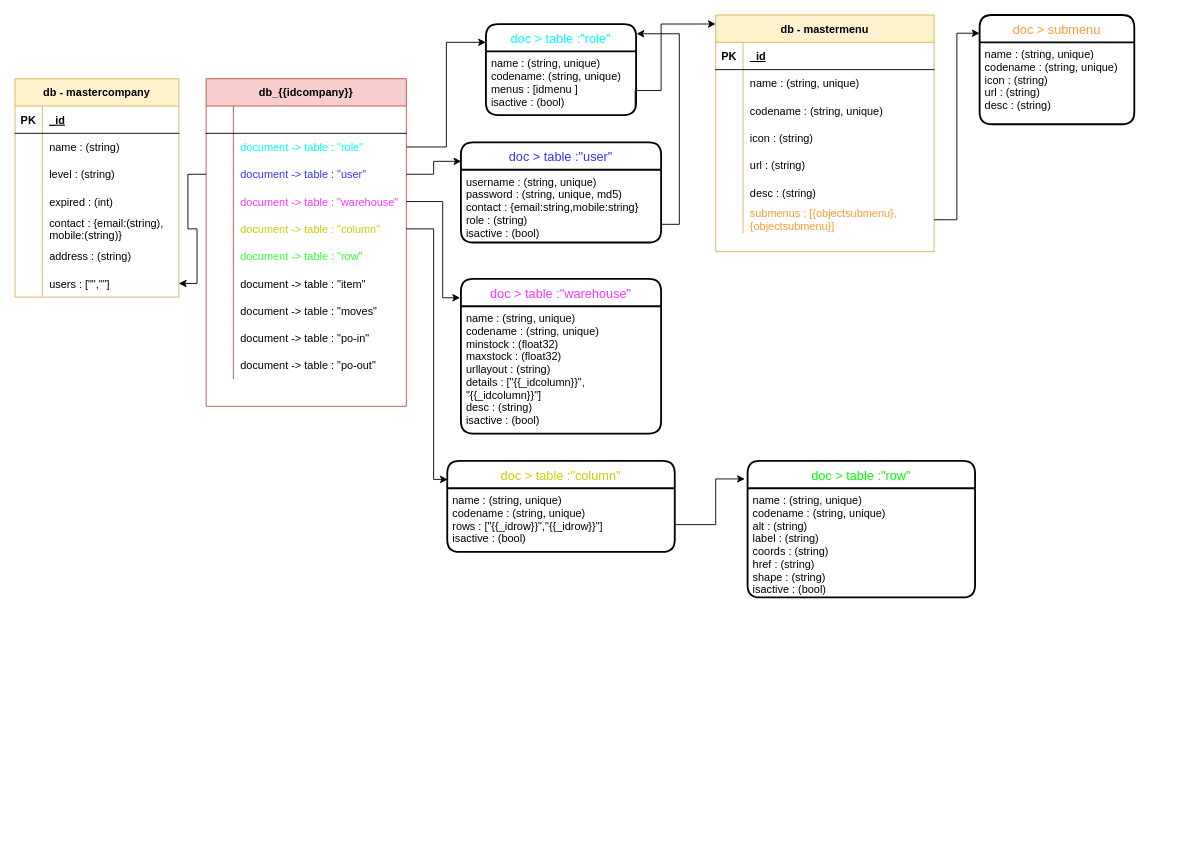
Before: Untitled Diagram.drawio in salomo07/wmsserver, a draw.io diagram. Source tidied: cells renumbered, new cells numbered last; positions are measured from the earlier drawing's top-left corner, leaving out a move shared by most shapes. Both pictures are drawn from the tidied source at 91%, with x=0, y=0 at pixel (15, 15).
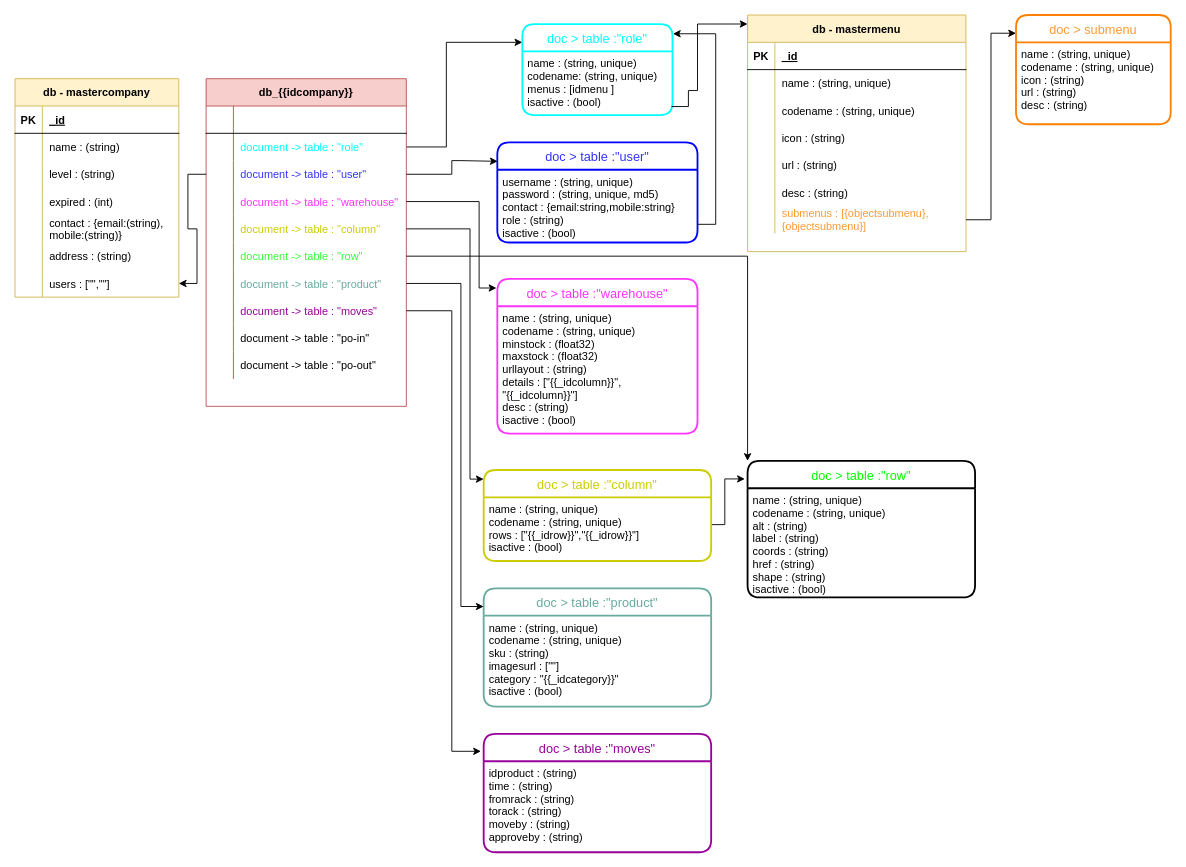
The same diagram, later.

The change refers to these unchanged cells:
```xml
<mxCell id="32" style="shape=tableRow;horizontal=0;startSize=0;swimlaneHead=0;swimlaneBody=0;fillColor=none;points=[[0,0.5],[1,0.5]];portConstraint=eastwest;top=0;left=0;right=0;bottom=0;" parent="25" vertex="1">
  <mxGeometry y="90" width="220" height="30" as="geometry" />
</mxCell>
<mxCell id="35" style="shape=tableRow;horizontal=0;startSize=0;swimlaneHead=0;swimlaneBody=0;fillColor=none;points=[[0,0.5],[1,0.5]];portConstraint=eastwest;top=0;left=0;right=0;bottom=0;" parent="25" vertex="1">
  <mxGeometry y="120" width="220" height="30" as="geometry" />
</mxCell>
<mxCell id="38" style="shape=tableRow;horizontal=0;startSize=0;swimlaneHead=0;swimlaneBody=0;fillColor=none;points=[[0,0.5],[1,0.5]];portConstraint=eastwest;top=0;left=0;right=0;bottom=0;" parent="25" vertex="1">
  <mxGeometry y="150" width="220" height="30" as="geometry" />
</mxCell>
<mxCell id="41" style="shape=tableRow;horizontal=0;startSize=0;swimlaneHead=0;swimlaneBody=0;fillColor=none;points=[[0,0.5],[1,0.5]];portConstraint=eastwest;top=0;left=0;right=0;bottom=0;" parent="25" vertex="1">
  <mxGeometry y="180" width="220" height="30" as="geometry" />
</mxCell>
<mxCell id="44" style="shape=tableRow;horizontal=0;startSize=0;swimlaneHead=0;swimlaneBody=0;fillColor=none;points=[[0,0.5],[1,0.5]];portConstraint=eastwest;top=0;left=0;right=0;bottom=0;" parent="25" vertex="1">
  <mxGeometry y="210" width="220" height="30" as="geometry" />
</mxCell>
<mxCell id="47" style="shape=tableRow;horizontal=0;startSize=0;swimlaneHead=0;swimlaneBody=0;fillColor=none;points=[[0,0.5],[1,0.5]];portConstraint=eastwest;top=0;left=0;right=0;bottom=0;" parent="25" vertex="1">
  <mxGeometry y="240" width="220" height="30" as="geometry" />
</mxCell>
<mxCell id="57" value="username : (string, unique)&#10;password : (string, unique, md5)&#10;contact : {email:string,mobile:string}&#10;role : (string)&#10;isactive : (bool)&#10;" style="align=left;strokeColor=none;fillColor=none;spacingLeft=4;fontSize=12;verticalAlign=top;" parent="56" vertex="1">
  <mxGeometry y="30" width="220" height="80" as="geometry" />
</mxCell>
<mxCell id="81" value="name : (string, unique)&#10;codename: (string, unique)&#10;menus : [idmenu ]&#10;isactive : (bool)&#10;" style="align=left;strokeColor=none;fillColor=none;spacingLeft=4;fontSize=12;verticalAlign=top;" parent="80" vertex="1">
  <mxGeometry y="30" width="165" height="70" as="geometry" />
</mxCell>
<mxCell id="95" value="doc &gt; table :&quot;row&quot;" style="swimlane;horizontal=1;startSize=30;rounded=1;fontSize=14;fontStyle=0;strokeWidth=2;shadow=0;dashed=0;align=center;fontColor=#00FF00;" parent="1" vertex="1">
  <mxGeometry x="805" y="490" width="250" height="150" as="geometry" />
</mxCell>
```

Diff of the diagram source:
```diff
@@
-    <mxCell id="46" value="document -&gt; table : &quot;item&quot;" style="shape=partialRectangle;fillColor=none;top=0;left=0;bottom=0;right=0;align=left;spacingLeft=6;overflow=hidden;" parent="44" vertex="1">
+    <mxCell id="46" value="document -&gt; table : &quot;product&quot;" style="shape=partialRectangle;fillColor=none;top=0;left=0;bottom=0;right=0;align=left;spacingLeft=6;overflow=hidden;strokeColor=#67AB9F;fontColor=#67AB9F;" parent="44" vertex="1">
       <mxGeometry x="30" width="190" height="30" as="geometry" />
     </mxCell>
@@
-    <mxCell id="49" value="document -&gt; table : &quot;moves&quot;" style="shape=partialRectangle;fillColor=none;top=0;left=0;bottom=0;right=0;align=left;spacingLeft=6;overflow=hidden;" parent="47" vertex="1">
+    <mxCell id="49" value="document -&gt; table : &quot;moves&quot;" style="shape=partialRectangle;fillColor=none;top=0;left=0;bottom=0;right=0;align=left;spacingLeft=6;overflow=hidden;strokeColor=#990099;fontColor=#990099;" parent="47" vertex="1">
       <mxGeometry x="30" width="190" height="30" as="geometry" />
     </mxCell>
@@
-    <mxCell id="56" value="doc &gt; table :&quot;user&quot;" style="swimlane;horizontal=1;startSize=30;rounded=1;fontSize=14;fontStyle=0;strokeWidth=2;shadow=0;dashed=0;align=center;fontColor=#3333FF;" parent="1" vertex="1">
-      <mxGeometry x="490" y="140" width="220" height="110" as="geometry" />
+    <mxCell id="56" value="doc &gt; table :&quot;user&quot;" style="swimlane;horizontal=1;startSize=30;rounded=1;fontSize=14;fontStyle=0;strokeWidth=2;shadow=0;dashed=0;align=center;fontColor=#3333FF;strokeColor=#0000FF;" parent="1" vertex="1">
+      <mxGeometry x="530" y="140" width="220" height="110" as="geometry" />
     </mxCell>
@@
     <mxCell id="58" value="db - mastermenu" style="shape=table;startSize=30;childLayout=tableLayout;rowLines=0;fontStyle=1;align=center;fillColor=#fff2cc;strokeColor=#d6b656;" parent="1" vertex="1">
-      <mxGeometry x="770" width="240" height="260" as="geometry" />
+      <mxGeometry x="805" width="240" height="260" as="geometry" />
     </mxCell>
@@
-    <mxCell id="80" value="doc &gt; table :&quot;role&quot;" style="swimlane;horizontal=1;startSize=30;rounded=1;fontSize=14;fontStyle=0;strokeWidth=2;shadow=0;dashed=0;align=center;fontColor=#00FFFF;" parent="1" vertex="1">
-      <mxGeometry x="517.5" y="10" width="165" height="100" as="geometry" />
+    <mxCell id="80" value="doc &gt; table :&quot;role&quot;" style="swimlane;horizontal=1;startSize=30;rounded=1;fontSize=14;fontStyle=0;strokeWidth=2;shadow=0;dashed=0;align=center;fontColor=#00FFFF;strokeColor=#00FFFF;" parent="1" vertex="1">
+      <mxGeometry x="557.5" y="10" width="165" height="100" as="geometry" />
     </mxCell>
@@
     <mxCell id="82" style="edgeStyle=orthogonalEdgeStyle;rounded=0;jettySize=auto;html=1;exitX=1;exitY=0.75;exitDx=0;exitDy=0;entryX=1.003;entryY=0.106;entryDx=0;entryDy=0;entryPerimeter=0;" parent="1" edge="1" source="57" target="80">
       <mxGeometry relative="1" as="geometry">
         <Array as="points">
-          <mxPoint x="730" y="230" />
-          <mxPoint x="730" y="21" />
+          <mxPoint x="770" y="230" />
+          <mxPoint x="770" y="21" />
         </Array>
       </mxGeometry>
     </mxCell>
     <mxCell id="83" style="edgeStyle=orthogonalEdgeStyle;rounded=0;jettySize=auto;html=1;exitX=0.994;exitY=0.865;exitDx=0;exitDy=0;exitPerimeter=0;entryX=0;entryY=0.038;entryDx=0;entryDy=0;entryPerimeter=0;" parent="1" edge="1" source="81" target="58">
       <mxGeometry relative="1" as="geometry">
         <Array as="points">
-          <mxPoint x="682" y="83" />
-          <mxPoint x="710" y="83" />
-          <mxPoint x="710" y="10" />
+          <mxPoint x="740" y="101" />
+          <mxPoint x="740" y="83" />
+          <mxPoint x="750" y="83" />
+          <mxPoint x="750" y="10" />
         </Array>
       </mxGeometry>
     </mxCell>
@@
-    <mxCell id="85" value="doc &gt; submenu" style="swimlane;horizontal=1;startSize=30;rounded=1;fontSize=14;fontStyle=0;strokeWidth=2;shadow=0;dashed=0;align=center;fontColor=#FF9933;" parent="1" vertex="1">
-      <mxGeometry x="1060" width="170" height="120" as="geometry" />
+    <mxCell id="85" value="doc &gt; submenu" style="swimlane;horizontal=1;startSize=30;rounded=1;fontSize=14;fontStyle=0;strokeWidth=2;shadow=0;dashed=0;align=center;fontColor=#FF9933;strokeColor=#FF8000;" parent="1" vertex="1">
+      <mxGeometry x="1100" width="170" height="120" as="geometry" />
     </mxCell>
@@
     <mxCell id="88" style="edgeStyle=orthogonalEdgeStyle;rounded=0;jettySize=auto;html=1;exitX=1;exitY=0.5;exitDx=0;exitDy=0;entryX=0.002;entryY=0.189;entryDx=0;entryDy=0;entryPerimeter=0;" parent="1" edge="1" source="32" target="56">
       <mxGeometry relative="1" as="geometry">
         <Array as="points">
-          <mxPoint x="460" y="175" />
-          <mxPoint x="460" y="160" />
+          <mxPoint x="480" y="175" />
+          <mxPoint x="480" y="160" />
           <mxPoint x="490" y="160" />
         </Array>
       </mxGeometry>
     </mxCell>
-    <mxCell id="89" value="doc &gt; table :&quot;warehouse&quot;" style="swimlane;horizontal=1;startSize=30;rounded=1;fontSize=14;fontStyle=0;strokeWidth=2;shadow=0;dashed=0;align=center;fontColor=#FF33FF;" parent="1" vertex="1">
-      <mxGeometry x="490" y="290" width="220" height="170" as="geometry" />
+    <mxCell id="89" value="doc &gt; table :&quot;warehouse&quot;" style="swimlane;horizontal=1;startSize=30;rounded=1;fontSize=14;fontStyle=0;strokeWidth=2;shadow=0;dashed=0;align=center;fontColor=#FF33FF;strokeColor=#FF33FF;" parent="1" vertex="1">
+      <mxGeometry x="530" y="290" width="220" height="170" as="geometry" />
     </mxCell>
@@
-    <mxCell id="91" style="edgeStyle=orthogonalEdgeStyle;rounded=0;jettySize=auto;html=1;exitX=1;exitY=0.5;exitDx=0;exitDy=0;entryX=-0.004;entryY=0.122;entryDx=0;entryDy=0;entryPerimeter=0;" parent="1" edge="1" source="35" target="89">
+    <mxCell id="91" style="edgeStyle=orthogonalEdgeStyle;rounded=0;jettySize=auto;html=1;exitX=1;exitY=0.5;exitDx=0;exitDy=0;" parent="1" edge="1" source="35">
       <mxGeometry relative="1" as="geometry">
+        <mxPoint x="529" y="300" as="targetPoint" />
         <Array as="points">
-          <mxPoint x="470" y="205" />
-          <mxPoint x="470" y="311" />
+          <mxPoint x="510" y="205" />
+          <mxPoint x="510" y="300" />
+          <mxPoint x="529" y="300" />
         </Array>
       </mxGeometry>
     </mxCell>
     <mxCell id="92" style="edgeStyle=orthogonalEdgeStyle;rounded=0;jettySize=auto;html=1;entryX=-0.012;entryY=0.132;entryDx=0;entryDy=0;entryPerimeter=0;" parent="1" edge="1" source="93" target="95">
       <mxGeometry relative="1" as="geometry">
         <Array as="points">
-          <mxPoint x="770" y="560" />
-          <mxPoint x="770" y="510" />
+          <mxPoint x="780" y="560" />
+          <mxPoint x="780" y="510" />
         </Array>
       </mxGeometry>
     </mxCell>
-    <mxCell id="93" value="doc &gt; table :&quot;column&quot;" style="swimlane;horizontal=1;startSize=30;rounded=1;fontSize=14;fontStyle=0;strokeWidth=2;shadow=0;dashed=0;align=center;fontColor=#CCCC00;" parent="1" vertex="1">
-      <mxGeometry x="475" y="490" width="250" height="100" as="geometry" />
+    <mxCell id="93" value="doc &gt; table :&quot;column&quot;" style="swimlane;horizontal=1;startSize=30;rounded=1;fontSize=14;fontStyle=0;strokeWidth=2;shadow=0;dashed=0;align=center;fontColor=#CCCC00;strokeColor=#CCCC00;" parent="1" vertex="1">
+      <mxGeometry x="515" y="500" width="250" height="100" as="geometry" />
     </mxCell>
@@
-    <mxCell id="97" style="edgeStyle=orthogonalEdgeStyle;rounded=0;jettySize=auto;html=1;entryX=0.002;entryY=0.203;entryDx=0;entryDy=0;entryPerimeter=0;" parent="1" edge="1" source="38" target="93">
+    <mxCell id="97" style="edgeStyle=orthogonalEdgeStyle;rounded=0;jettySize=auto;html=1;" parent="1" edge="1" source="38">
       <mxGeometry relative="1" as="geometry">
+        <mxPoint x="515" y="510" as="targetPoint" />
         <Array as="points">
-          <mxPoint x="460" y="235" />
-          <mxPoint x="460" y="510" />
+          <mxPoint x="500" y="235" />
+          <mxPoint x="500" y="510" />
+          <mxPoint x="515" y="510" />
         </Array>
       </mxGeometry>
     </mxCell>
+    <mxCell id="98" value="doc &gt; table :&quot;product&quot;" style="swimlane;horizontal=1;startSize=30;rounded=1;fontSize=14;fontStyle=0;strokeWidth=2;shadow=0;dashed=0;align=center;fontColor=#67AB9F;strokeColor=#67AB9F;" parent="1" vertex="1">
+      <mxGeometry x="515" y="630" width="250" height="130" as="geometry" />
+    </mxCell>
+    <mxCell id="99" value="name : (string, unique)&#10;codename : (string, unique)&#10;sku : (string)&#10;imagesurl : [&quot;&quot;]&#10;category : &quot;{{_idcategory}}&quot;&#10;isactive : (bool)" style="align=left;strokeColor=none;fillColor=none;spacingLeft=4;fontSize=12;verticalAlign=top;fontColor=#000000;" parent="98" vertex="1">
+      <mxGeometry y="30" width="250" height="100" as="geometry" />
+    </mxCell>
+    <mxCell id="100" style="edgeStyle=orthogonalEdgeStyle;rounded=0;jettySize=auto;html=1;fontColor=#67AB9F;" parent="1" edge="1" source="44" target="98">
+      <mxGeometry relative="1" as="geometry">
+        <Array as="points">
+          <mxPoint x="490" y="295" />
+          <mxPoint x="490" y="650" />
+        </Array>
+      </mxGeometry>
+    </mxCell>
+    <mxCell id="101" style="edgeStyle=orthogonalEdgeStyle;rounded=0;jettySize=auto;html=1;fontColor=#67AB9F;entryX=0;entryY=0;entryDx=0;entryDy=0;" parent="1" edge="1" source="41" target="95">
+      <mxGeometry relative="1" as="geometry" />
+    </mxCell>
+    <mxCell id="102" value="doc &gt; table :&quot;moves&quot;" style="swimlane;horizontal=1;startSize=30;rounded=1;fontSize=14;fontStyle=0;strokeWidth=2;shadow=0;dashed=0;align=center;fontColor=#990099;strokeColor=#990099;" parent="1" vertex="1">
+      <mxGeometry x="515" y="790" width="250" height="130" as="geometry" />
+    </mxCell>
+    <mxCell id="103" value="idproduct : (string)&#10;time : (string)&#10;fromrack : (string)&#10;torack : (string)&#10;moveby : (string)&#10;approveby : (string)" style="align=left;strokeColor=none;fillColor=none;spacingLeft=4;fontSize=12;verticalAlign=top;fontColor=#000000;" parent="102" vertex="1">
+      <mxGeometry y="30" width="250" height="100" as="geometry" />
+    </mxCell>
+    <mxCell id="104" style="edgeStyle=orthogonalEdgeStyle;rounded=0;jettySize=auto;html=1;fontColor=#990099;entryX=-0.012;entryY=0.147;entryDx=0;entryDy=0;entryPerimeter=0;" parent="1" edge="1" source="47" target="102">
+      <mxGeometry relative="1" as="geometry">
+        <Array as="points">
+          <mxPoint x="480" y="325" />
+          <mxPoint x="480" y="809" />
+        </Array>
+      </mxGeometry>
+    </mxCell>
```
